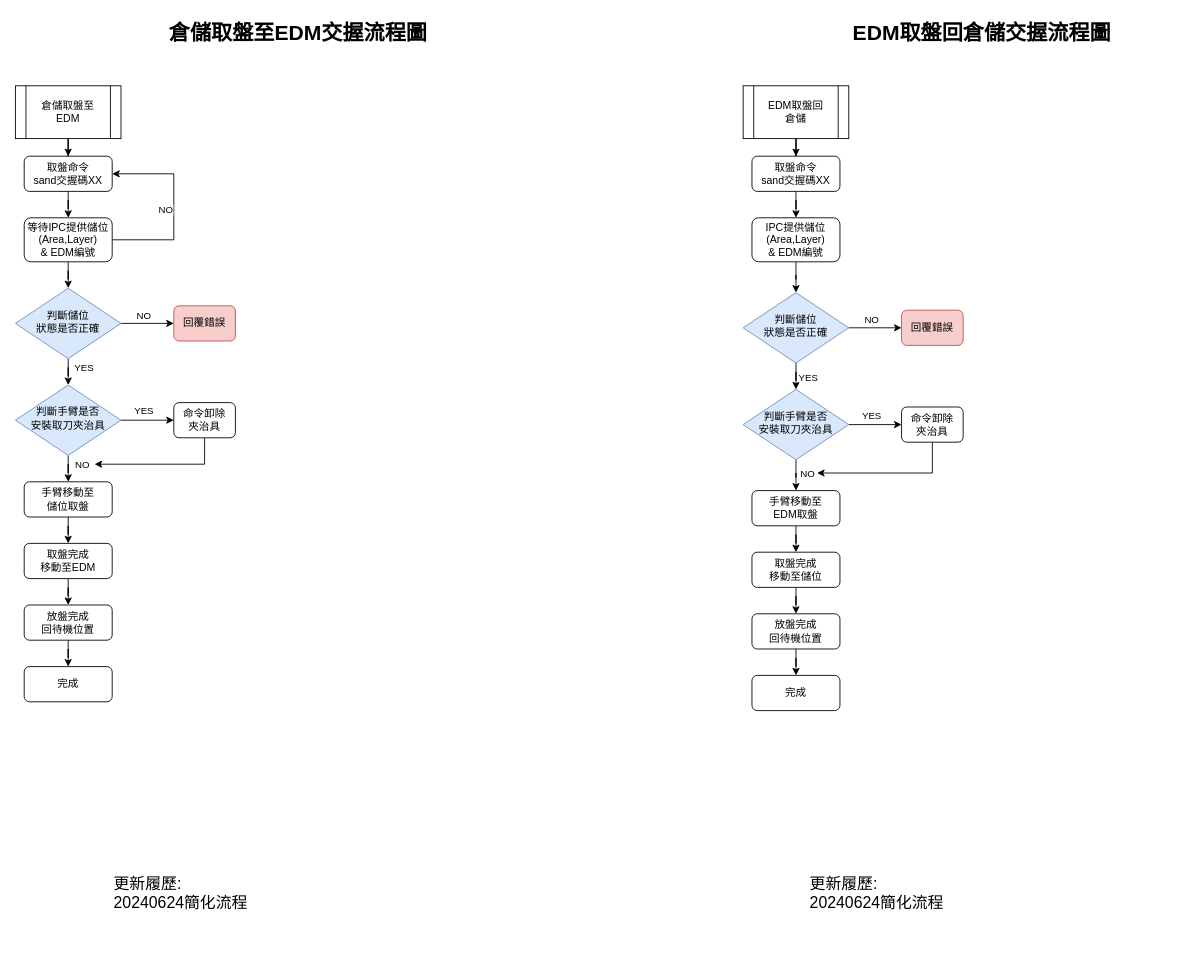
Earlier version of the draw.io diagram page "自動取放盤" (3 of 4) of 快捷案上位系統交握流程.drawio (ChiangRyan/process-diagram). Source tidied: cells renumbered, new cells numbered last; positions are measured from the earlier drawing's top-left corner, leaving out a move shared by most shapes. Both pictures are drawn from the tidied source at 88%, with x=0, y=0 at pixel (15, 15).
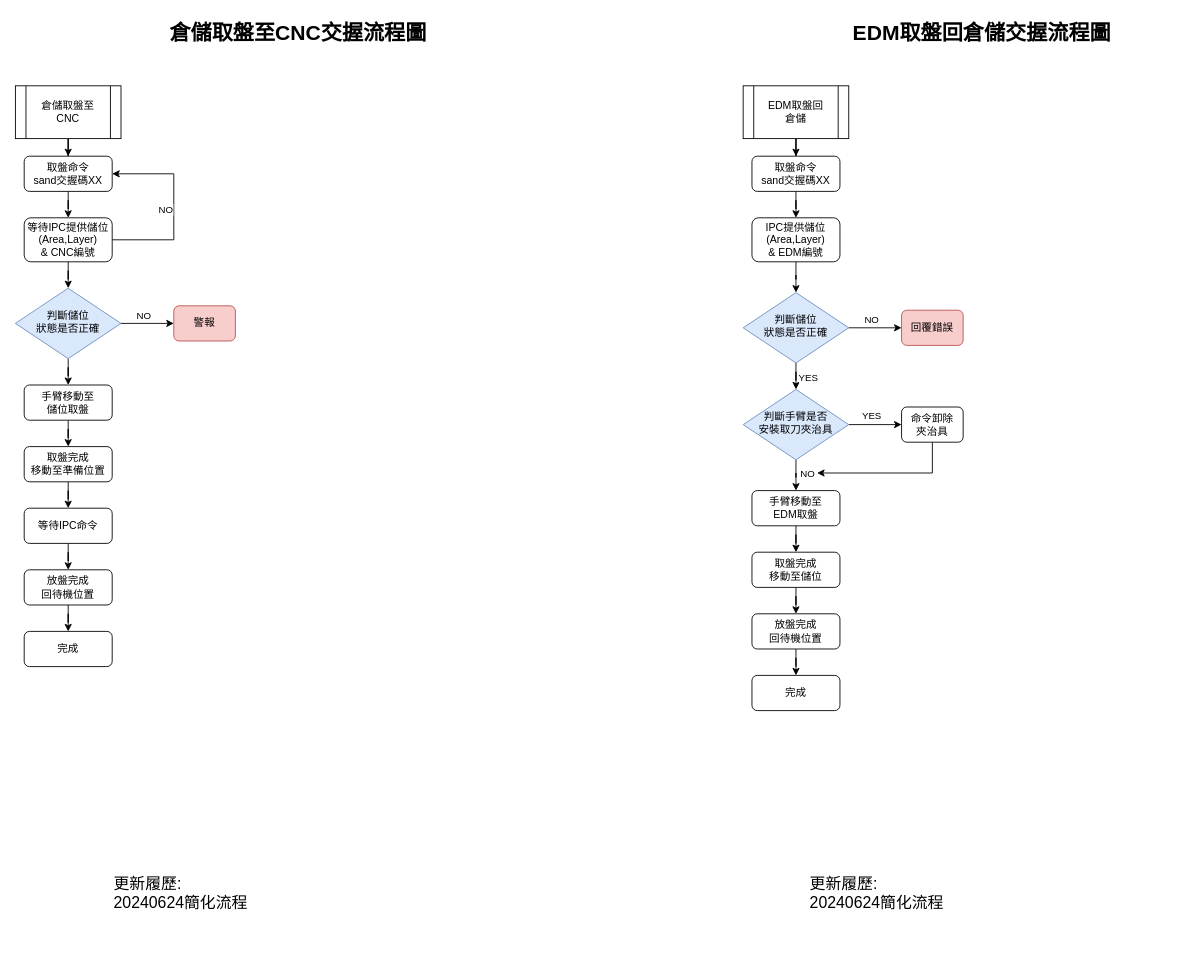
After the change.

Unchanged cells that the change refers to:
```xml
<mxCell id="35" value="判斷儲位&lt;div&gt;狀態是否正確&lt;/div&gt;" style="rhombus;whiteSpace=wrap;html=1;shadow=0;fontFamily=Helvetica;fontSize=12;align=center;strokeWidth=1;spacing=6;spacingTop=-4;fillColor=#dae8fc;strokeColor=#6c8ebf;" parent="1" vertex="1">
  <mxGeometry y="310" width="120" height="80" as="geometry" />
</mxCell>
```

The edit, as a diff of the source:
```diff
@@
-    <mxCell id="5" value="等待IPC提供儲位(Area,Layer)&lt;div&gt;&amp;amp; EDM編號&lt;br&gt;&lt;/div&gt;" style="rounded=1;whiteSpace=wrap;html=1;fontSize=12;glass=0;strokeWidth=1;shadow=0;" parent="1" vertex="1">
+    <mxCell id="5" value="等待IPC提供儲位(Area,Layer)&lt;div&gt;&amp;amp; CNC編號&lt;br&gt;&lt;/div&gt;" style="rounded=1;whiteSpace=wrap;html=1;fontSize=12;glass=0;strokeWidth=1;shadow=0;" parent="1" vertex="1">
       <mxGeometry x="10" y="230" width="100" height="50" as="geometry" />
     </mxCell>
@@
-    <mxCell id="7" value="倉儲取盤&lt;span style=&quot;background-color: initial;&quot;&gt;至&lt;/span&gt;&lt;div&gt;&lt;div&gt;EDM&lt;/div&gt;&lt;/div&gt;" style="shape=process;whiteSpace=wrap;html=1;backgroundOutline=1;" parent="1" vertex="1">
+    <mxCell id="7" value="倉儲取盤&lt;span style=&quot;background-color: initial;&quot;&gt;至&lt;/span&gt;&lt;div&gt;&lt;div&gt;CNC&lt;/div&gt;&lt;/div&gt;" style="shape=process;whiteSpace=wrap;html=1;backgroundOutline=1;" parent="1" vertex="1">
       <mxGeometry y="80" width="120" height="60" as="geometry" />
     </mxCell>
@@
     <mxCell id="11" value="手臂移動至&lt;div&gt;儲位取盤&lt;/div&gt;" style="rounded=1;whiteSpace=wrap;html=1;fontSize=12;glass=0;strokeWidth=1;shadow=0;" parent="1" vertex="1">
-      <mxGeometry x="10" y="530" width="100" height="40" as="geometry" />
+      <mxGeometry x="10" y="420" width="100" height="40" as="geometry" />
     </mxCell>
-    <mxCell id="12" value="YES" style="edgeStyle=orthogonalEdgeStyle;rounded=0;jettySize=auto;html=1;entryX=0;entryY=0.5;entryDx=0;entryDy=0;" parent="1" edge="1" source="15" target="17">
-      <mxGeometry x="-0.14" y="10" relative="1" as="geometry" />
-    </mxCell>
-    <mxCell id="13" style="edgeStyle=orthogonalEdgeStyle;rounded=0;jettySize=auto;html=1;entryX=0.5;entryY=0;entryDx=0;entryDy=0;" parent="1" edge="1" source="15" target="11">
-      <mxGeometry relative="1" as="geometry" />
-    </mxCell>
-    <mxCell id="14" value="NO" style="edgeLabel;html=1;align=center;verticalAlign=middle;" parent="13" vertex="1">
-      <mxGeometry x="-0.47" relative="1" as="geometry">
-        <mxPoint x="15" y="-3" as="offset" />
-      </mxGeometry>
-    </mxCell>
-    <mxCell id="15" value="判斷手臂是否&lt;div&gt;安裝取刀夾治具&lt;/div&gt;" style="rhombus;whiteSpace=wrap;html=1;shadow=0;fontFamily=Helvetica;fontSize=12;align=center;strokeWidth=1;spacing=6;spacingTop=-4;fillColor=#dae8fc;strokeColor=#6c8ebf;" parent="1" vertex="1">
-      <mxGeometry y="420" width="120" height="80" as="geometry" />
-    </mxCell>
-    <mxCell id="16" style="edgeStyle=orthogonalEdgeStyle;rounded=0;jettySize=auto;html=1;exitX=0.5;exitY=1;exitDx=0;exitDy=0;" parent="1" edge="1" source="17">
-      <mxGeometry relative="1" as="geometry">
-        <mxPoint x="90" y="510" as="targetPoint" />
-        <Array as="points">
-          <mxPoint x="215" y="510" />
-        </Array>
-      </mxGeometry>
-    </mxCell>
-    <mxCell id="17" value="命令卸除&lt;div&gt;夾治具&lt;/div&gt;" style="rounded=1;whiteSpace=wrap;html=1;fontSize=12;glass=0;strokeWidth=1;shadow=0;" parent="1" vertex="1">
-      <mxGeometry x="180" y="440" width="70" height="40" as="geometry" />
-    </mxCell>
@@
     <mxCell id="19" value="放盤完成&lt;div&gt;回待機位置&lt;/div&gt;" style="rounded=1;whiteSpace=wrap;html=1;fontSize=12;glass=0;strokeWidth=1;shadow=0;" parent="1" vertex="1">
-      <mxGeometry x="10" y="670" width="100" height="40" as="geometry" />
+      <mxGeometry x="10" y="630" width="100" height="40" as="geometry" />
     </mxCell>
     <mxCell id="20" value="完成" style="rounded=1;whiteSpace=wrap;html=1;fontSize=12;glass=0;strokeWidth=1;shadow=0;" parent="1" vertex="1">
-      <mxGeometry x="10" y="740" width="100" height="40" as="geometry" />
+      <mxGeometry x="10" y="700" width="100" height="40" as="geometry" />
     </mxCell>
@@
-    <mxCell id="33" style="edgeStyle=orthogonalEdgeStyle;rounded=0;jettySize=auto;html=1;entryX=0.5;entryY=0;entryDx=0;entryDy=0;" parent="1" edge="1" source="35" target="15">
-      <mxGeometry relative="1" as="geometry" />
-    </mxCell>
-    <mxCell id="34" value="YES" style="edgeLabel;html=1;align=center;verticalAlign=middle;" parent="33" vertex="1">
-      <mxGeometry x="0.33" y="-1" relative="1" as="geometry">
-        <mxPoint x="18" y="-3" as="offset" />
-      </mxGeometry>
-    </mxCell>
+    <mxCell id="58" style="edgeStyle=orthogonalEdgeStyle;rounded=0;jettySize=auto;html=1;entryX=0.5;entryY=0;entryDx=0;entryDy=0;" parent="1" edge="1" source="35" target="11">
+      <mxGeometry relative="1" as="geometry" />
+    </mxCell>
@@
-    <mxCell id="36" value="回覆錯誤" style="rounded=1;whiteSpace=wrap;html=1;fontSize=12;glass=0;strokeWidth=1;shadow=0;fillColor=#f8cecc;strokeColor=#b85450;" parent="1" vertex="1">
+    <mxCell id="36" value="警報" style="rounded=1;whiteSpace=wrap;html=1;fontSize=12;glass=0;strokeWidth=1;shadow=0;fillColor=#f8cecc;strokeColor=#b85450;" parent="1" vertex="1">
       <mxGeometry x="180" y="330" width="70" height="40" as="geometry" />
     </mxCell>
@@
-    <mxCell id="46" value="倉儲取盤至EDM交握流程圖" style="text;strokeColor=none;fillColor=none;html=1;fontSize=24;fontStyle=1;verticalAlign=middle;align=center;" parent="1" vertex="1">
+    <mxCell id="46" value="倉儲取盤至CNC交握流程圖" style="text;strokeColor=none;fillColor=none;html=1;fontSize=24;fontStyle=1;verticalAlign=middle;align=center;" parent="1" vertex="1">
       <mxGeometry x="271" width="100" height="40" as="geometry" />
     </mxCell>
@@
-    <mxCell id="49" style="edgeStyle=orthogonalEdgeStyle;rounded=0;jettySize=auto;html=1;entryX=0.5;entryY=0;entryDx=0;entryDy=0;" parent="1" edge="1" source="50" target="19">
-      <mxGeometry relative="1" as="geometry" />
-    </mxCell>
+    <mxCell id="59" style="edgeStyle=orthogonalEdgeStyle;rounded=0;jettySize=auto;html=1;entryX=0.5;entryY=0;entryDx=0;entryDy=0;" parent="1" edge="1" source="50" target="61">
+      <mxGeometry relative="1" as="geometry" />
+    </mxCell>
-    <mxCell id="50" value="取盤完成&lt;div&gt;移動至EDM&lt;/div&gt;" style="rounded=1;whiteSpace=wrap;html=1;fontSize=12;glass=0;strokeWidth=1;shadow=0;" parent="1" vertex="1">
-      <mxGeometry x="10" y="600" width="100" height="40" as="geometry" />
+    <mxCell id="50" value="取盤完成&lt;div&gt;移動至準備位置&lt;/div&gt;" style="rounded=1;whiteSpace=wrap;html=1;fontSize=12;glass=0;strokeWidth=1;shadow=0;" parent="1" vertex="1">
+      <mxGeometry x="10" y="490" width="100" height="40" as="geometry" />
     </mxCell>
@@
+    <mxCell id="60" style="edgeStyle=orthogonalEdgeStyle;rounded=0;jettySize=auto;html=1;entryX=0.5;entryY=0;entryDx=0;entryDy=0;" parent="1" edge="1" source="61" target="19">
+      <mxGeometry relative="1" as="geometry" />
+    </mxCell>
+    <mxCell id="61" value="等待IPC命令" style="rounded=1;whiteSpace=wrap;html=1;fontSize=12;glass=0;strokeWidth=1;shadow=0;" parent="1" vertex="1">
+      <mxGeometry x="10" y="560" width="100" height="40" as="geometry" />
+    </mxCell>
```
